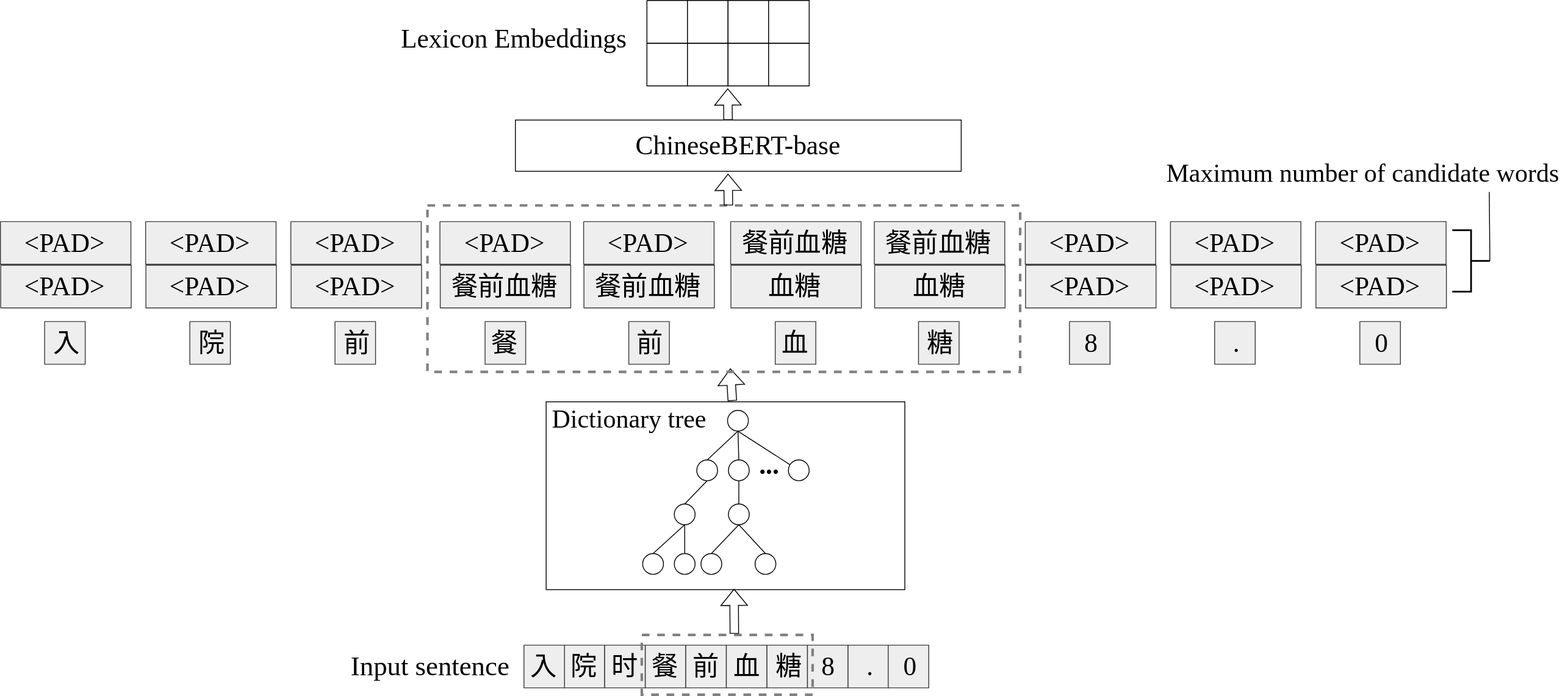
Before: lexicon_information_matcher.drawio.svg, a diagram exported from draw.io (JJackMoO/Jackert_draw). Source tidied: cells renumbered, new cells last; positions are measured from the earlier drawing's top-left corner, leaving out a move shared by most shapes.
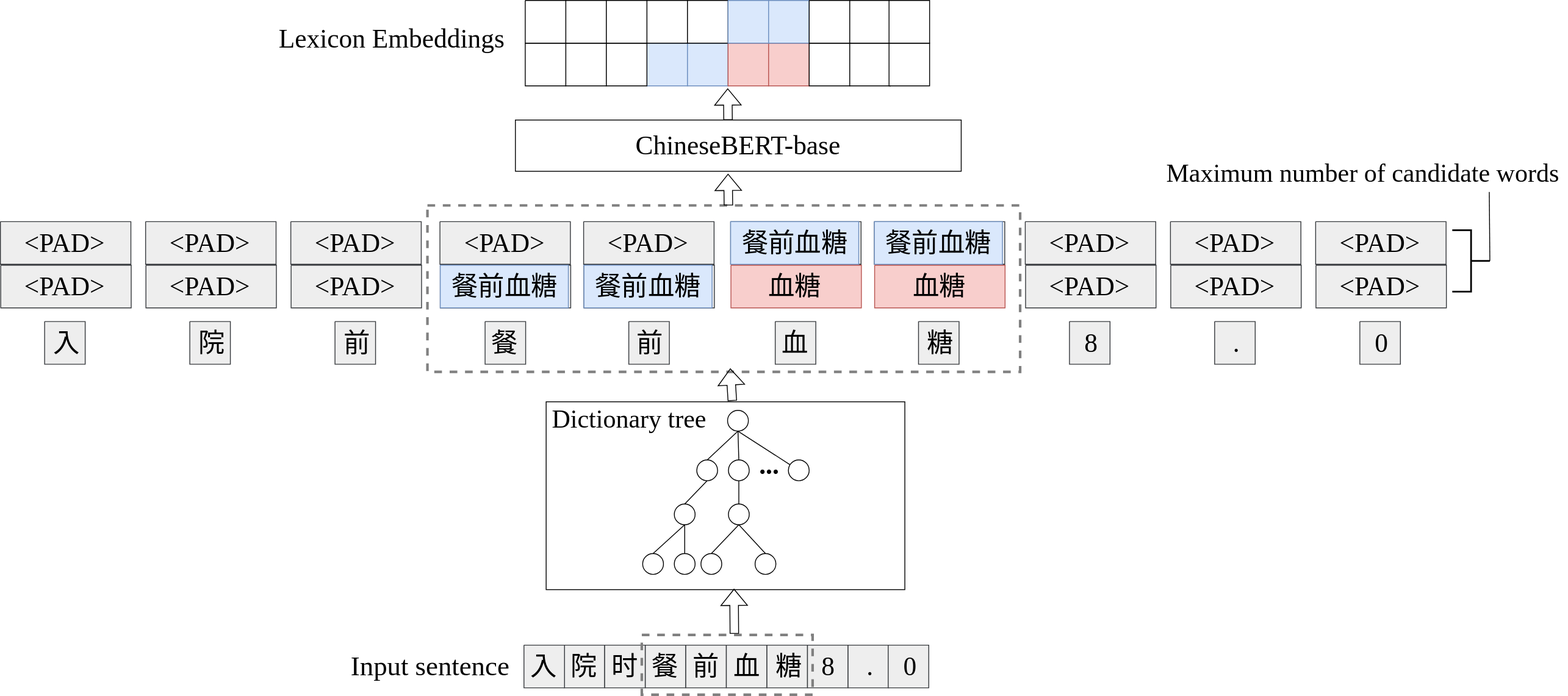
After the commit.

Diff of the diagram source:
```diff
@@ -2,6 +2,9 @@
   <root>
     <mxCell id="0" />
     <mxCell id="1" parent="0" />
+    <mxCell id="64" style="verticalLabelPosition=bottom;verticalAlign=top;html=1;shape=mxgraph.basic.rect;fillColor2=none;strokeWidth=3;size=20;indent=5;shadow=0;sketch=0;fillStyle=auto;fontFamily=Times New Roman;fontSize=27;fillColor=none;gradientDirection=north;dashed=1;fontColor=#333333;strokeColor=#808080;" parent="1" vertex="1">
+      <mxGeometry x="500" y="240" width="694" height="195" as="geometry" />
+    </mxCell>
     <mxCell id="2" style="rounded=0;whiteSpace=wrap;html=1;fontFamily=Times New Roman;fontSize=20;" parent="1" vertex="1">
       <mxGeometry x="639" y="470" width="420" height="220" as="geometry" />
     </mxCell>
@@ -107,7 +110,7 @@
     <mxCell id="35" style="verticalLabelPosition=bottom;verticalAlign=top;html=1;shape=mxgraph.basic.patternFillRect;fillStyle=auto;step=5;fillStrokeWidth=0.2;fillStrokeColor=#dddddd;gradientDirection=north;strokeColor=#36393d;shadow=0;sketch=0;fillColor=#eeeeee;" parent="1" vertex="1">
       <mxGeometry x="515" y="310" width="152.8" height="50" as="geometry" />
     </mxCell>
-    <mxCell id="36" value="餐前血糖" style="text;html=1;align=center;verticalAlign=middle;fillColor=none;strokeColor=none;rounded=0;fontFamily=Times New Roman;fontSize=31;" parent="1" vertex="1">
+    <mxCell id="36" value="餐前血糖" style="text;html=1;align=center;verticalAlign=middle;fillColor=#dae8fc;strokeColor=#6c8ebf;rounded=0;fontFamily=Times New Roman;fontSize=31;" parent="1" vertex="1">
       <mxGeometry x="515" y="310" width="150" height="50" as="geometry" />
     </mxCell>
     <mxCell id="37" style="verticalLabelPosition=bottom;verticalAlign=top;html=1;shape=mxgraph.basic.patternFillRect;fillStyle=auto;step=5;fillStrokeWidth=0.2;fillStrokeColor=#dddddd;gradientDirection=north;strokeColor=#36393d;shadow=0;sketch=0;fillColor=#eeeeee;" parent="1" vertex="1">
@@ -119,7 +122,7 @@
     <mxCell id="39" style="verticalLabelPosition=bottom;verticalAlign=top;html=1;shape=mxgraph.basic.patternFillRect;fillStyle=auto;step=5;fillStrokeWidth=0.2;fillStrokeColor=#dddddd;gradientDirection=north;strokeColor=#36393d;shadow=0;sketch=0;fillColor=#eeeeee;" parent="1" vertex="1">
       <mxGeometry x="683.2" y="310" width="152.8" height="50" as="geometry" />
     </mxCell>
-    <mxCell id="40" value="餐前血糖" style="text;html=1;align=center;verticalAlign=middle;fillColor=none;strokeColor=none;rounded=0;fontFamily=Times New Roman;fontSize=31;" parent="1" vertex="1">
+    <mxCell id="40" value="餐前血糖" style="text;html=1;align=center;verticalAlign=middle;fillColor=#dae8fc;strokeColor=#6c8ebf;rounded=0;fontFamily=Times New Roman;fontSize=31;" parent="1" vertex="1">
       <mxGeometry x="683.2" y="310" width="150" height="50" as="geometry" />
     </mxCell>
     <mxCell id="41" style="verticalLabelPosition=bottom;verticalAlign=top;html=1;shape=mxgraph.basic.patternFillRect;fillStyle=auto;step=5;fillStrokeWidth=0.2;fillStrokeColor=#dddddd;gradientDirection=north;strokeColor=#36393d;shadow=0;sketch=0;fillColor=#eeeeee;" parent="1" vertex="1">
@@ -128,7 +131,7 @@
     <mxCell id="42" value="&amp;lt;PAD&amp;gt;" style="text;html=1;align=center;verticalAlign=middle;fillColor=none;strokeColor=none;rounded=0;fontFamily=Times New Roman;fontSize=31;" parent="1" vertex="1">
       <mxGeometry x="697.9" y="259" width="120" height="50" as="geometry" />
     </mxCell>
-    <mxCell id="43" style="verticalLabelPosition=bottom;verticalAlign=top;html=1;shape=mxgraph.basic.patternFillRect;fillStyle=auto;step=5;fillStrokeWidth=0.2;fillStrokeColor=#dddddd;gradientDirection=north;strokeColor=#36393d;shadow=0;sketch=0;fillColor=#eeeeee;" parent="1" vertex="1">
+    <mxCell id="43" style="verticalLabelPosition=bottom;verticalAlign=top;html=1;shape=mxgraph.basic.patternFillRect;fillStyle=auto;step=5;fillStrokeWidth=0.2;fillStrokeColor=#dddddd;gradientDirection=north;strokeColor=#b85450;shadow=0;sketch=0;fillColor=#f8cecc;" parent="1" vertex="1">
       <mxGeometry x="855.4" y="310" width="152.8" height="50" as="geometry" />
     </mxCell>
     <mxCell id="44" value="血糖" style="text;html=1;align=center;verticalAlign=middle;fillColor=none;strokeColor=none;rounded=0;fontFamily=Times New Roman;fontSize=31;" parent="1" vertex="1">
@@ -137,10 +140,10 @@
     <mxCell id="45" style="verticalLabelPosition=bottom;verticalAlign=top;html=1;shape=mxgraph.basic.patternFillRect;fillStyle=auto;step=5;fillStrokeWidth=0.2;fillStrokeColor=#dddddd;gradientDirection=north;strokeColor=#36393d;shadow=0;sketch=0;fillColor=#eeeeee;" parent="1" vertex="1">
       <mxGeometry x="855" y="259" width="152.8" height="50" as="geometry" />
     </mxCell>
-    <mxCell id="46" value="餐前血糖" style="text;html=1;align=center;verticalAlign=middle;fillColor=none;strokeColor=none;rounded=0;fontFamily=Times New Roman;fontSize=31;" parent="1" vertex="1">
+    <mxCell id="46" value="餐前血糖" style="text;html=1;align=center;verticalAlign=middle;fillColor=#dae8fc;strokeColor=#6c8ebf;rounded=0;fontFamily=Times New Roman;fontSize=31;" parent="1" vertex="1">
       <mxGeometry x="855" y="259" width="150" height="50" as="geometry" />
     </mxCell>
-    <mxCell id="47" style="verticalLabelPosition=bottom;verticalAlign=top;html=1;shape=mxgraph.basic.patternFillRect;fillStyle=auto;step=5;fillStrokeWidth=0.2;fillStrokeColor=#dddddd;gradientDirection=north;strokeColor=#36393d;shadow=0;sketch=0;fillColor=#eeeeee;" parent="1" vertex="1">
+    <mxCell id="47" style="verticalLabelPosition=bottom;verticalAlign=top;html=1;shape=mxgraph.basic.patternFillRect;fillStyle=auto;step=5;fillStrokeWidth=0.2;fillStrokeColor=#dddddd;gradientDirection=north;strokeColor=#b85450;shadow=0;sketch=0;fillColor=#f8cecc;" parent="1" vertex="1">
       <mxGeometry x="1023.6" y="310" width="152.8" height="50" as="geometry" />
     </mxCell>
     <mxCell id="48" value="血糖" style="text;html=1;align=center;verticalAlign=middle;fillColor=none;strokeColor=none;rounded=0;fontFamily=Times New Roman;fontSize=31;" parent="1" vertex="1">
@@ -149,7 +152,7 @@
     <mxCell id="49" style="verticalLabelPosition=bottom;verticalAlign=top;html=1;shape=mxgraph.basic.patternFillRect;fillStyle=auto;step=5;fillStrokeWidth=0.2;fillStrokeColor=#dddddd;gradientDirection=north;strokeColor=#36393d;shadow=0;sketch=0;fillColor=#eeeeee;" parent="1" vertex="1">
       <mxGeometry x="1023.2" y="259" width="152.8" height="50" as="geometry" />
     </mxCell>
-    <mxCell id="50" value="餐前血糖" style="text;html=1;align=center;verticalAlign=middle;fillColor=none;strokeColor=none;rounded=0;fontFamily=Times New Roman;fontSize=31;" parent="1" vertex="1">
+    <mxCell id="50" value="餐前血糖" style="text;html=1;align=center;verticalAlign=middle;fillColor=#dae8fc;strokeColor=#6c8ebf;rounded=0;fontFamily=Times New Roman;fontSize=31;" parent="1" vertex="1">
       <mxGeometry x="1023.2" y="259" width="150" height="50" as="geometry" />
     </mxCell>
     <mxCell id="51" style="group;" parent="1" vertex="1">
@@ -193,9 +196,6 @@
         <mxPoint x="857" y="469" as="sourcePoint" />
       </mxGeometry>
     </mxCell>
-    <mxCell id="64" style="verticalLabelPosition=bottom;verticalAlign=top;html=1;shape=mxgraph.basic.rect;fillColor2=none;strokeWidth=3;size=20;indent=5;shadow=0;sketch=0;fillStyle=auto;fontFamily=Times New Roman;fontSize=27;fillColor=none;gradientDirection=north;dashed=1;fontColor=#333333;strokeColor=#808080;" parent="1" vertex="1">
-      <mxGeometry x="500" y="240" width="694" height="195" as="geometry" />
-    </mxCell>
     <mxCell id="65" style="shape=flexArrow;endArrow=classic;html=1;rounded=0;fontFamily=Times New Roman;fontSize=31;exitX=0.476;exitY=-0.018;exitDx=0;exitDy=0;exitPerimeter=0;" parent="1" edge="1">
       <mxGeometry relative="1" as="geometry">
         <mxPoint x="852.4" y="240" as="sourcePoint" />
@@ -208,16 +208,16 @@
     <mxCell id="67" style="group;" parent="1" vertex="1">
       <mxGeometry x="757" y="50" width="192.5" height="50" as="geometry" />
     </mxCell>
-    <mxCell id="68" style="verticalLabelPosition=bottom;verticalAlign=top;html=1;shape=mxgraph.basic.patternFillRect;fillStyle=auto;step=5;fillStrokeWidth=0.2;fillStrokeColor=#dddddd;gradientDirection=north;shadow=0;sketch=0;" parent="67" vertex="1">
+    <mxCell id="68" style="verticalLabelPosition=bottom;verticalAlign=top;html=1;shape=mxgraph.basic.patternFillRect;fillStyle=auto;step=5;fillStrokeWidth=0.2;fillStrokeColor=#dddddd;gradientDirection=north;shadow=0;sketch=0;fillColor=#dae8fc;strokeColor=#6c8ebf;" parent="67" vertex="1">
       <mxGeometry width="47.5" height="50" as="geometry" />
     </mxCell>
-    <mxCell id="69" style="verticalLabelPosition=bottom;verticalAlign=top;html=1;shape=mxgraph.basic.patternFillRect;fillStyle=auto;step=5;fillStrokeWidth=0.2;fillStrokeColor=#dddddd;gradientDirection=north;shadow=0;sketch=0;" parent="67" vertex="1">
+    <mxCell id="69" style="verticalLabelPosition=bottom;verticalAlign=top;html=1;shape=mxgraph.basic.patternFillRect;fillStyle=auto;step=5;fillStrokeWidth=0.2;fillStrokeColor=#dddddd;gradientDirection=north;shadow=0;sketch=0;fillColor=#dae8fc;strokeColor=#6c8ebf;" parent="67" vertex="1">
       <mxGeometry x="47.5" width="47.5" height="50" as="geometry" />
     </mxCell>
-    <mxCell id="70" style="verticalLabelPosition=bottom;verticalAlign=top;html=1;shape=mxgraph.basic.patternFillRect;fillStyle=auto;step=5;fillStrokeWidth=0.2;fillStrokeColor=#dddddd;gradientDirection=north;shadow=0;sketch=0;" parent="67" vertex="1">
+    <mxCell id="70" style="verticalLabelPosition=bottom;verticalAlign=top;html=1;shape=mxgraph.basic.patternFillRect;fillStyle=auto;step=5;fillStrokeWidth=0.2;fillStrokeColor=#dddddd;gradientDirection=north;shadow=0;sketch=0;fillColor=#f8cecc;strokeColor=#b85450;" parent="67" vertex="1">
       <mxGeometry x="95" width="47.5" height="50" as="geometry" />
     </mxCell>
-    <mxCell id="71" style="verticalLabelPosition=bottom;verticalAlign=top;html=1;shape=mxgraph.basic.patternFillRect;fillStyle=auto;step=5;fillStrokeWidth=0.2;fillStrokeColor=#dddddd;gradientDirection=north;shadow=0;sketch=0;" parent="67" vertex="1">
+    <mxCell id="71" style="verticalLabelPosition=bottom;verticalAlign=top;html=1;shape=mxgraph.basic.patternFillRect;fillStyle=auto;step=5;fillStrokeWidth=0.2;fillStrokeColor=#dddddd;gradientDirection=north;shadow=0;sketch=0;fillColor=#f8cecc;strokeColor=#b85450;" parent="67" vertex="1">
       <mxGeometry x="142.5" width="47.5" height="50" as="geometry" />
     </mxCell>
     <mxCell id="72" style="group;" parent="1" vertex="1">
@@ -229,10 +229,10 @@
     <mxCell id="74" style="verticalLabelPosition=bottom;verticalAlign=top;html=1;shape=mxgraph.basic.patternFillRect;fillStyle=auto;step=5;fillStrokeWidth=0.2;fillStrokeColor=#dddddd;gradientDirection=north;shadow=0;sketch=0;" parent="72" vertex="1">
       <mxGeometry x="47.5" width="47.5" height="50" as="geometry" />
     </mxCell>
-    <mxCell id="75" style="verticalLabelPosition=bottom;verticalAlign=top;html=1;shape=mxgraph.basic.patternFillRect;fillStyle=auto;step=5;fillStrokeWidth=0.2;fillStrokeColor=#dddddd;gradientDirection=north;shadow=0;sketch=0;" parent="72" vertex="1">
+    <mxCell id="75" style="verticalLabelPosition=bottom;verticalAlign=top;html=1;shape=mxgraph.basic.patternFillRect;fillStyle=auto;step=5;fillStrokeWidth=0.2;fillStrokeColor=#dddddd;gradientDirection=north;shadow=0;sketch=0;fillColor=#dae8fc;strokeColor=#6c8ebf;" parent="72" vertex="1">
       <mxGeometry x="95" width="47.5" height="50" as="geometry" />
     </mxCell>
-    <mxCell id="76" style="verticalLabelPosition=bottom;verticalAlign=top;html=1;shape=mxgraph.basic.patternFillRect;fillStyle=auto;step=5;fillStrokeWidth=0.2;fillStrokeColor=#dddddd;gradientDirection=north;shadow=0;sketch=0;" parent="72" vertex="1">
+    <mxCell id="76" style="verticalLabelPosition=bottom;verticalAlign=top;html=1;shape=mxgraph.basic.patternFillRect;fillStyle=auto;step=5;fillStrokeWidth=0.2;fillStrokeColor=#dddddd;gradientDirection=north;shadow=0;sketch=0;fillColor=#dae8fc;strokeColor=#6c8ebf;" parent="72" vertex="1">
       <mxGeometry x="142.5" width="47.5" height="50" as="geometry" />
     </mxCell>
     <mxCell id="77" style="shape=flexArrow;endArrow=classic;html=1;rounded=0;fontFamily=Times New Roman;fontSize=31;exitX=0.476;exitY=-0.018;exitDx=0;exitDy=0;exitPerimeter=0;" parent="1" edge="1">
@@ -242,7 +242,7 @@
       </mxGeometry>
     </mxCell>
     <mxCell id="78" value="Lexicon Embeddings" style="text;html=1;align=center;verticalAlign=middle;fillColor=none;strokeColor=none;rounded=0;fontFamily=Times New Roman;fontSize=31;" parent="1" vertex="1">
-      <mxGeometry x="456" y="20" width="290" height="50" as="geometry" />
+      <mxGeometry x="313" y="20" width="290" height="50" as="geometry" />
     </mxCell>
     <mxCell id="79" style="rounded=0;jettySize=auto;html=1;exitX=0;exitY=0.5;exitDx=0;exitDy=0;exitPerimeter=0;entryX=0.809;entryY=1.059;entryDx=0;entryDy=0;entryPerimeter=0;fontFamily=Times New Roman;fontSize=30;endArrow=none;endFill=0;" parent="1" edge="1" source="80" target="81">
       <mxGeometry relative="1" as="geometry" />
@@ -421,5 +421,41 @@
     <mxCell id="137" value="前" style="text;html=1;align=center;verticalAlign=middle;fillColor=none;strokeColor=none;rounded=0;fontFamily=Times New Roman;fontSize=31;" parent="135" vertex="1">
       <mxGeometry y="5" width="50" height="40" as="geometry" />
     </mxCell>
+    <mxCell id="138" style="verticalLabelPosition=bottom;verticalAlign=top;html=1;shape=mxgraph.basic.patternFillRect;fillStyle=auto;step=5;fillStrokeWidth=0.2;fillStrokeColor=#dddddd;gradientDirection=north;shadow=0;sketch=0;" parent="1" vertex="1">
+      <mxGeometry x="662" y="50" width="47.5" height="50" as="geometry" />
+    </mxCell>
+    <mxCell id="139" style="verticalLabelPosition=bottom;verticalAlign=top;html=1;shape=mxgraph.basic.patternFillRect;fillStyle=auto;step=5;fillStrokeWidth=0.2;fillStrokeColor=#dddddd;gradientDirection=north;shadow=0;sketch=0;" parent="1" vertex="1">
+      <mxGeometry x="709.5" y="50" width="47.5" height="50" as="geometry" />
+    </mxCell>
+    <mxCell id="140" style="verticalLabelPosition=bottom;verticalAlign=top;html=1;shape=mxgraph.basic.patternFillRect;fillStyle=auto;step=5;fillStrokeWidth=0.2;fillStrokeColor=#dddddd;gradientDirection=north;shadow=0;sketch=0;" parent="1" vertex="1">
+      <mxGeometry x="662" width="47.5" height="50" as="geometry" />
+    </mxCell>
+    <mxCell id="141" style="verticalLabelPosition=bottom;verticalAlign=top;html=1;shape=mxgraph.basic.patternFillRect;fillStyle=auto;step=5;fillStrokeWidth=0.2;fillStrokeColor=#dddddd;gradientDirection=north;shadow=0;sketch=0;" parent="1" vertex="1">
+      <mxGeometry x="709.5" width="47.5" height="50" as="geometry" />
+    </mxCell>
+    <mxCell id="142" style="verticalLabelPosition=bottom;verticalAlign=top;html=1;shape=mxgraph.basic.patternFillRect;fillStyle=auto;step=5;fillStrokeWidth=0.2;fillStrokeColor=#dddddd;gradientDirection=north;shadow=0;sketch=0;" parent="1" vertex="1">
+      <mxGeometry x="947" y="50" width="47.5" height="50" as="geometry" />
+    </mxCell>
+    <mxCell id="143" style="verticalLabelPosition=bottom;verticalAlign=top;html=1;shape=mxgraph.basic.patternFillRect;fillStyle=auto;step=5;fillStrokeWidth=0.2;fillStrokeColor=#dddddd;gradientDirection=north;shadow=0;sketch=0;" parent="1" vertex="1">
+      <mxGeometry x="994.5" y="50" width="47.5" height="50" as="geometry" />
+    </mxCell>
+    <mxCell id="144" style="verticalLabelPosition=bottom;verticalAlign=top;html=1;shape=mxgraph.basic.patternFillRect;fillStyle=auto;step=5;fillStrokeWidth=0.2;fillStrokeColor=#dddddd;gradientDirection=north;shadow=0;sketch=0;" parent="1" vertex="1">
+      <mxGeometry x="947" width="47.5" height="50" as="geometry" />
+    </mxCell>
+    <mxCell id="145" style="verticalLabelPosition=bottom;verticalAlign=top;html=1;shape=mxgraph.basic.patternFillRect;fillStyle=auto;step=5;fillStrokeWidth=0.2;fillStrokeColor=#dddddd;gradientDirection=north;shadow=0;sketch=0;" parent="1" vertex="1">
+      <mxGeometry x="994.5" width="47.5" height="50" as="geometry" />
+    </mxCell>
+    <mxCell id="146" style="verticalLabelPosition=bottom;verticalAlign=top;html=1;shape=mxgraph.basic.patternFillRect;fillStyle=auto;step=5;fillStrokeWidth=0.2;fillStrokeColor=#dddddd;gradientDirection=north;shadow=0;sketch=0;" parent="1" vertex="1">
+      <mxGeometry x="1040.5" y="50" width="47.5" height="50" as="geometry" />
+    </mxCell>
+    <mxCell id="147" style="verticalLabelPosition=bottom;verticalAlign=top;html=1;shape=mxgraph.basic.patternFillRect;fillStyle=auto;step=5;fillStrokeWidth=0.2;fillStrokeColor=#dddddd;gradientDirection=north;shadow=0;sketch=0;" parent="1" vertex="1">
+      <mxGeometry x="1040.5" width="47.5" height="50" as="geometry" />
+    </mxCell>
+    <mxCell id="148" style="verticalLabelPosition=bottom;verticalAlign=top;html=1;shape=mxgraph.basic.patternFillRect;fillStyle=auto;step=5;fillStrokeWidth=0.2;fillStrokeColor=#dddddd;gradientDirection=north;shadow=0;sketch=0;" parent="1" vertex="1">
+      <mxGeometry x="614.5" y="50" width="47.5" height="50" as="geometry" />
+    </mxCell>
+    <mxCell id="149" style="verticalLabelPosition=bottom;verticalAlign=top;html=1;shape=mxgraph.basic.patternFillRect;fillStyle=auto;step=5;fillStrokeWidth=0.2;fillStrokeColor=#dddddd;gradientDirection=north;shadow=0;sketch=0;" parent="1" vertex="1">
+      <mxGeometry x="614.5" width="47.5" height="50" as="geometry" />
+    </mxCell>
   </root>
 </mxGraphModel>
```
